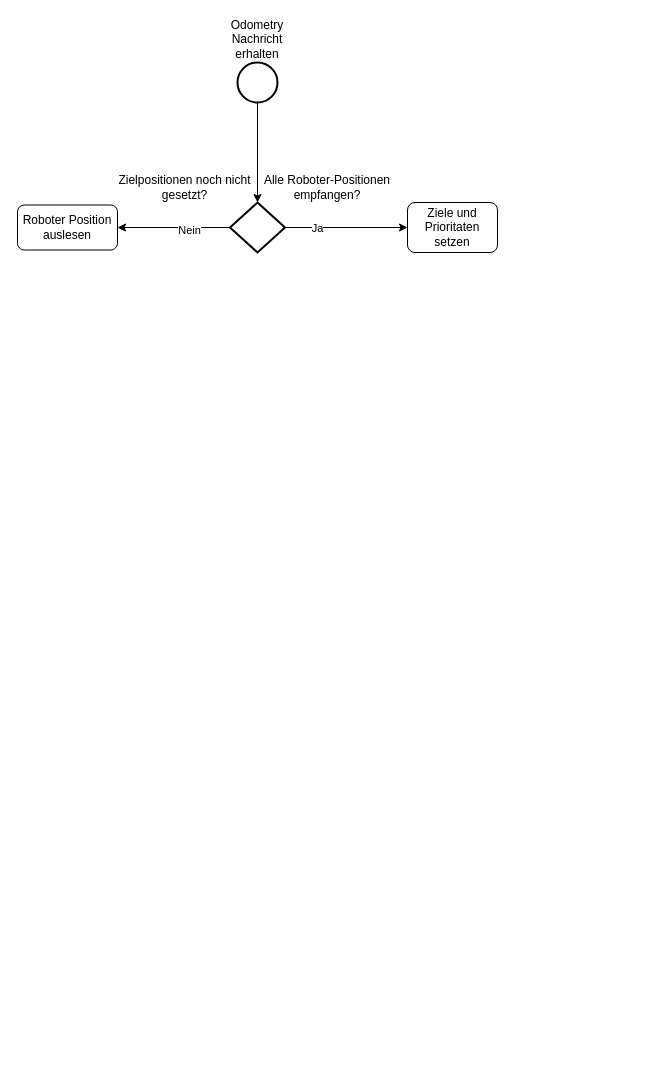
The draw.io diagram diagrams/target_asignemement_sequence.drawio in MariiaPoliakovaa/RobotFormations, before the edit. Source tidied: cells renumbered, new cells numbered last; positions are measured from the earlier drawing's top-left corner, leaving out a move shared by most shapes. Both pictures are drawn from the tidied source at 100%, with x=0, y=0 at pixel (17, 62).
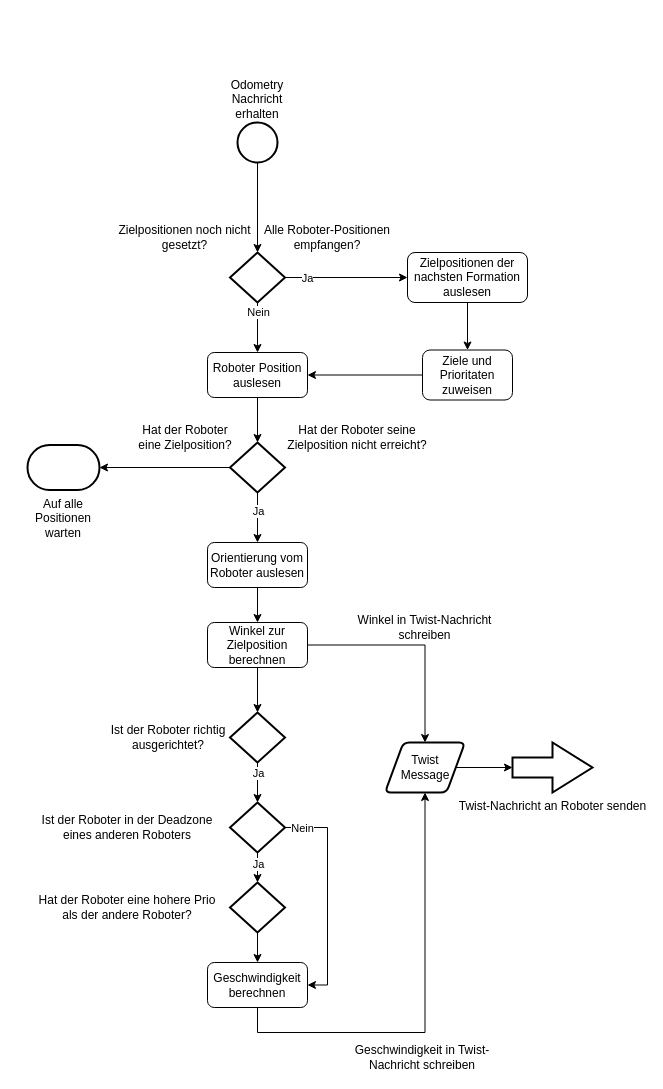
The same diagram, later.

Unchanged cells that the change refers to:
```xml
<mxCell id="6" style="edgeStyle=orthogonalEdgeStyle;rounded=0;jettySize=auto;html=1;" parent="1" edge="1" source="8" target="12">
  <mxGeometry relative="1" as="geometry" />
</mxCell>
```

The edit, as a diff of the source:
```diff
@@
     <mxCell id="3" value="Odometry Nachricht erhalten" style="strokeWidth=2;html=1;shape=mxgraph.flowchart.start_2;whiteSpace=wrap;verticalAlign=middle;labelPosition=center;verticalLabelPosition=top;align=center;spacingTop=-7;" parent="1" vertex="1">
-      <mxGeometry x="220" width="40" height="40" as="geometry" />
+      <mxGeometry x="220" y="60" width="40" height="40" as="geometry" />
     </mxCell>
-    <mxCell id="4" style="edgeStyle=orthogonalEdgeStyle;rounded=0;jettySize=auto;html=1;" parent="1" edge="1" source="8" target="11">
+    <mxCell id="4" style="edgeStyle=orthogonalEdgeStyle;rounded=0;jettySize=auto;html=1;" parent="1" edge="1" source="8" target="16">
       <mxGeometry relative="1" as="geometry" />
     </mxCell>
     <mxCell id="5" value="Ja" style="edgeLabel;html=1;align=center;verticalAlign=middle;" parent="4" vertex="1">
       <mxGeometry x="-0.36" y="-2" relative="1" as="geometry">
-        <mxPoint x="-7" y="-2" as="offset" />
+        <mxPoint x="-17" y="-2" as="offset" />
       </mxGeometry>
     </mxCell>
@@
     <mxCell id="7" value="Nein" style="edgeLabel;html=1;align=center;verticalAlign=middle;" parent="6" vertex="1">
-      <mxGeometry x="-0.27" y="2" relative="1" as="geometry" />
+      <mxGeometry x="-0.27" y="2" relative="1" as="geometry">
+        <mxPoint x="-2" y="-9" as="offset" />
+      </mxGeometry>
     </mxCell>
     <mxCell id="8" style="strokeWidth=2;html=1;shape=mxgraph.flowchart.decision;whiteSpace=wrap;labelPosition=right;verticalLabelPosition=middle;align=left;verticalAlign=middle;" parent="1" vertex="1">
-      <mxGeometry x="212.5" y="140" width="55" height="50" as="geometry" />
+      <mxGeometry x="212.5" y="190" width="55" height="50" as="geometry" />
     </mxCell>
     <mxCell id="9" value="Alle Roboter-Positionen empfangen?" style="text;html=1;strokeColor=none;fillColor=none;align=center;verticalAlign=middle;whiteSpace=wrap;rounded=0;" parent="1" vertex="1">
-      <mxGeometry x="240" y="110" width="140" height="30" as="geometry" />
+      <mxGeometry x="240" y="160" width="140" height="30" as="geometry" />
     </mxCell>
     <mxCell id="10" value="Zielpositionen noch nicht gesetzt?" style="text;html=1;strokeColor=none;fillColor=none;align=center;verticalAlign=middle;whiteSpace=wrap;rounded=0;" parent="1" vertex="1">
-      <mxGeometry x="95" y="110" width="145" height="30" as="geometry" />
+      <mxGeometry x="95" y="160" width="145" height="30" as="geometry" />
     </mxCell>
+    <mxCell id="13" style="edgeStyle=orthogonalEdgeStyle;rounded=0;jettySize=auto;html=1;entryX=1;entryY=0.5;entryDx=0;entryDy=0;" parent="1" edge="1" source="11" target="12">
+      <mxGeometry relative="1" as="geometry" />
+    </mxCell>
-    <mxCell id="11" value="Ziele und Prioritaten&lt;br&gt;setzen" style="rounded=1;whiteSpace=wrap;html=1;" parent="1" vertex="1">
-      <mxGeometry x="390" y="140" width="90" height="50" as="geometry" />
+    <mxCell id="11" value="Ziele und Prioritaten&lt;br&gt;zuweisen" style="rounded=1;whiteSpace=wrap;html=1;" parent="1" vertex="1">
+      <mxGeometry x="405" y="287.5" width="90" height="50" as="geometry" />
     </mxCell>
+    <mxCell id="14" style="edgeStyle=orthogonalEdgeStyle;rounded=0;jettySize=auto;html=1;" parent="1" edge="1" source="12" target="17">
+      <mxGeometry relative="1" as="geometry" />
+    </mxCell>
     <mxCell id="12" value="Roboter Position&lt;br&gt;auslesen" style="rounded=1;whiteSpace=wrap;html=1;" parent="1" vertex="1">
-      <mxGeometry y="142.5" width="100" height="45" as="geometry" />
+      <mxGeometry x="190" y="290" width="100" height="45" as="geometry" />
     </mxCell>
+    <mxCell id="15" style="edgeStyle=orthogonalEdgeStyle;rounded=0;jettySize=auto;html=1;" parent="1" edge="1" source="16" target="11">
+      <mxGeometry relative="1" as="geometry" />
+    </mxCell>
+    <mxCell id="16" value="Zielpositionen der nachsten Formation auslesen" style="rounded=1;whiteSpace=wrap;html=1;" parent="1" vertex="1">
+      <mxGeometry x="390" y="190" width="120" height="50" as="geometry" />
+    </mxCell>
+    <mxCell id="17" style="strokeWidth=2;html=1;shape=mxgraph.flowchart.decision;whiteSpace=wrap;labelPosition=right;verticalLabelPosition=middle;align=left;verticalAlign=middle;" parent="1" vertex="1">
+      <mxGeometry x="212.5" y="380" width="55" height="50" as="geometry" />
+    </mxCell>
+    <mxCell id="18" value="Hat der Roboter eine Zielposition?" style="text;html=1;align=center;verticalAlign=middle;whiteSpace=wrap;rounded=0;" parent="1" vertex="1">
+      <mxGeometry x="113.5" y="360" width="108" height="30" as="geometry" />
+    </mxCell>
+    <mxCell id="19" value="Hat der Roboter seine Zielposition nicht erreicht?" style="text;html=1;align=center;verticalAlign=middle;whiteSpace=wrap;rounded=0;" parent="1" vertex="1">
+      <mxGeometry x="250" y="360" width="180" height="30" as="geometry" />
+    </mxCell>
+    <mxCell id="20" style="edgeStyle=orthogonalEdgeStyle;rounded=0;jettySize=auto;html=1;entryX=0.5;entryY=0;entryDx=0;entryDy=0;" parent="1" edge="1" source="17" target="23">
+      <mxGeometry relative="1" as="geometry" />
+    </mxCell>
+    <mxCell id="21" value="Ja" style="edgeLabel;html=1;align=center;verticalAlign=middle;" parent="20" vertex="1">
+      <mxGeometry x="-0.28" y="3" relative="1" as="geometry">
+        <mxPoint x="-3" as="offset" />
+      </mxGeometry>
+    </mxCell>
+    <mxCell id="22" style="edgeStyle=orthogonalEdgeStyle;rounded=0;jettySize=auto;html=1;" parent="1" edge="1" source="23" target="26">
+      <mxGeometry relative="1" as="geometry" />
+    </mxCell>
+    <mxCell id="23" value="Orientierung vom&lt;br&gt;Roboter auslesen" style="rounded=1;whiteSpace=wrap;html=1;" parent="1" vertex="1">
+      <mxGeometry x="190" y="480" width="100" height="45" as="geometry" />
+    </mxCell>
+    <mxCell id="24" style="edgeStyle=orthogonalEdgeStyle;rounded=0;jettySize=auto;html=1;" parent="1" edge="1" source="26" target="28">
+      <mxGeometry relative="1" as="geometry" />
+    </mxCell>
+    <mxCell id="25" style="edgeStyle=orthogonalEdgeStyle;rounded=0;jettySize=auto;html=1;" parent="1" edge="1" source="26" target="32">
+      <mxGeometry relative="1" as="geometry" />
+    </mxCell>
+    <mxCell id="26" value="Winkel zur Zielposition berechnen" style="rounded=1;whiteSpace=wrap;html=1;" parent="1" vertex="1">
+      <mxGeometry x="190" y="560" width="100" height="45" as="geometry" />
+    </mxCell>
+    <mxCell id="27" style="edgeStyle=orthogonalEdgeStyle;rounded=0;jettySize=auto;html=1;" parent="1" edge="1" source="28" target="48">
+      <mxGeometry relative="1" as="geometry" />
+    </mxCell>
+    <mxCell id="28" value="Twist&lt;div&gt;Message&lt;/div&gt;" style="shape=parallelogram;html=1;strokeWidth=2;perimeter=parallelogramPerimeter;whiteSpace=wrap;rounded=1;arcSize=12;size=0.23;" parent="1" vertex="1">
+      <mxGeometry x="367.5" y="680" width="80" height="50" as="geometry" />
+    </mxCell>
+    <mxCell id="29" value="Winkel in Twist-Nachricht schreiben" style="text;html=1;align=center;verticalAlign=middle;whiteSpace=wrap;rounded=0;" parent="1" vertex="1">
+      <mxGeometry x="320" y="550" width="175" height="30" as="geometry" />
+    </mxCell>
+    <mxCell id="30" style="edgeStyle=orthogonalEdgeStyle;rounded=0;jettySize=auto;html=1;" parent="1" edge="1" source="32" target="39">
+      <mxGeometry relative="1" as="geometry" />
+    </mxCell>
+    <mxCell id="31" value="Ja" style="edgeLabel;html=1;align=center;verticalAlign=middle;" parent="30" vertex="1">
+      <mxGeometry x="-0.54" y="1" relative="1" as="geometry">
+        <mxPoint x="-1" y="1" as="offset" />
+      </mxGeometry>
+    </mxCell>
+    <mxCell id="32" style="strokeWidth=2;html=1;shape=mxgraph.flowchart.decision;whiteSpace=wrap;labelPosition=left;verticalLabelPosition=middle;align=right;verticalAlign=middle;" parent="1" vertex="1">
+      <mxGeometry x="212.5" y="650" width="55" height="50" as="geometry" />
+    </mxCell>
+    <mxCell id="33" style="edgeStyle=orthogonalEdgeStyle;rounded=0;jettySize=auto;html=1;entryX=0.5;entryY=1;entryDx=0;entryDy=0;" parent="1" edge="1" source="34" target="28">
+      <mxGeometry relative="1" as="geometry">
+        <Array as="points">
+          <mxPoint x="240" y="970" />
+          <mxPoint x="407" y="970" />
+        </Array>
+      </mxGeometry>
+    </mxCell>
+    <mxCell id="34" value="Geschwindigkeit berechnen" style="rounded=1;whiteSpace=wrap;html=1;" parent="1" vertex="1">
+      <mxGeometry x="190" y="900" width="100" height="45" as="geometry" />
+    </mxCell>
+    <mxCell id="35" style="edgeStyle=orthogonalEdgeStyle;rounded=0;jettySize=auto;html=1;" parent="1" edge="1" source="39" target="43">
+      <mxGeometry relative="1" as="geometry" />
+    </mxCell>
+    <mxCell id="36" value="Ja" style="edgeLabel;html=1;align=center;verticalAlign=middle;" parent="35" vertex="1">
+      <mxGeometry x="0.22" relative="1" as="geometry" />
+    </mxCell>
+    <mxCell id="37" style="edgeStyle=orthogonalEdgeStyle;rounded=0;jettySize=auto;html=1;entryX=1;entryY=0.5;entryDx=0;entryDy=0;" parent="1" edge="1" source="39" target="34">
+      <mxGeometry relative="1" as="geometry">
+        <Array as="points">
+          <mxPoint x="310" y="765" />
+          <mxPoint x="310" y="923" />
+          <mxPoint x="290" y="923" />
+        </Array>
+      </mxGeometry>
+    </mxCell>
+    <mxCell id="38" value="Nein" style="edgeLabel;html=1;align=center;verticalAlign=middle;" parent="37" vertex="1">
+      <mxGeometry x="-0.85" relative="1" as="geometry" />
+    </mxCell>
+    <mxCell id="39" style="strokeWidth=2;html=1;shape=mxgraph.flowchart.decision;whiteSpace=wrap;labelPosition=left;verticalLabelPosition=middle;align=right;verticalAlign=middle;" parent="1" vertex="1">
+      <mxGeometry x="212.5" y="740" width="55" height="50" as="geometry" />
+    </mxCell>
+    <mxCell id="40" value="&lt;span style=&quot;text-align: right;&quot;&gt;Ist der Roboter richtig ausgerichtet?&lt;/span&gt;" style="text;html=1;align=center;verticalAlign=middle;whiteSpace=wrap;rounded=0;" parent="1" vertex="1">
+      <mxGeometry x="82" y="660" width="138" height="30" as="geometry" />
+    </mxCell>
+    <mxCell id="41" value="Ist der Roboter in der Deadzone eines anderen Roboters" style="text;html=1;align=center;verticalAlign=middle;whiteSpace=wrap;rounded=0;" parent="1" vertex="1">
+      <mxGeometry x="20" y="750" width="180" height="30" as="geometry" />
+    </mxCell>
+    <mxCell id="42" style="edgeStyle=orthogonalEdgeStyle;rounded=0;jettySize=auto;html=1;" parent="1" edge="1" source="43" target="34">
+      <mxGeometry relative="1" as="geometry" />
+    </mxCell>
+    <mxCell id="43" style="strokeWidth=2;html=1;shape=mxgraph.flowchart.decision;whiteSpace=wrap;labelPosition=left;verticalLabelPosition=middle;align=right;verticalAlign=middle;" parent="1" vertex="1">
+      <mxGeometry x="212.5" y="820" width="55" height="50" as="geometry" />
+    </mxCell>
+    <mxCell id="44" value="Hat der Roboter eine hohere Prio&lt;br&gt;als der andere Roboter?" style="text;html=1;align=center;verticalAlign=middle;whiteSpace=wrap;rounded=0;" parent="1" vertex="1">
+      <mxGeometry x="20" y="830" width="180" height="30" as="geometry" />
+    </mxCell>
+    <mxCell id="45" value="Geschwindigkeit in Twist-Nachricht schreiben" style="text;html=1;align=center;verticalAlign=middle;whiteSpace=wrap;rounded=0;" parent="1" vertex="1">
+      <mxGeometry x="330" y="980" width="150" height="30" as="geometry" />
+    </mxCell>
+    <mxCell id="46" value="Auf alle Positionen warten" style="strokeWidth=2;html=1;shape=mxgraph.flowchart.terminator;whiteSpace=wrap;labelPosition=center;verticalLabelPosition=bottom;align=center;verticalAlign=top;" parent="1" vertex="1">
+      <mxGeometry x="10" y="382.5" width="72" height="45" as="geometry" />
+    </mxCell>
+    <mxCell id="47" style="edgeStyle=orthogonalEdgeStyle;rounded=0;jettySize=auto;html=1;entryX=1;entryY=0.5;entryDx=0;entryDy=0;entryPerimeter=0;" parent="1" edge="1" source="17" target="46">
+      <mxGeometry relative="1" as="geometry" />
+    </mxCell>
+    <mxCell id="48" value="Twist-Nachricht an Roboter senden" style="verticalLabelPosition=bottom;verticalAlign=top;html=1;strokeWidth=2;shape=mxgraph.arrows2.arrow;dy=0.6;dx=40;notch=0;" parent="1" vertex="1">
+      <mxGeometry x="495" y="680" width="80" height="50" as="geometry" />
+    </mxCell>
```
